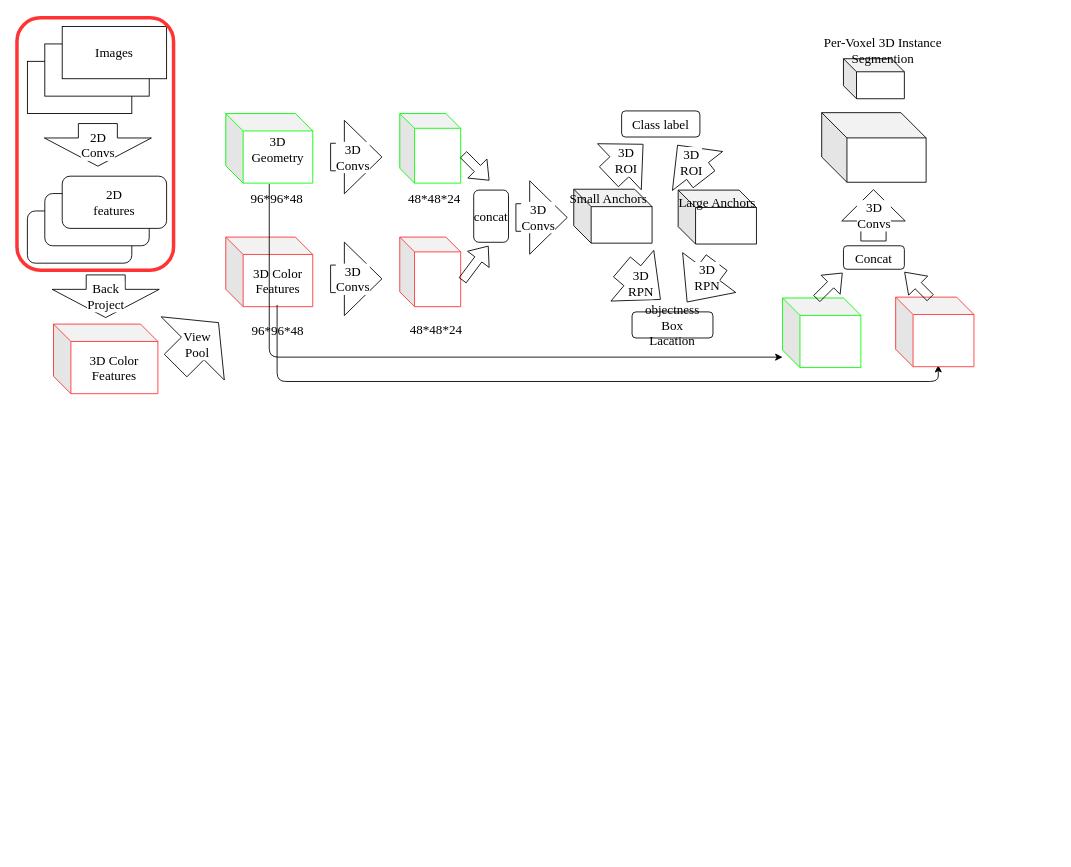
The draw.io diagram sis.drawio in ByronGe/HARProject, before the edit. Source tidied: cells renumbered, new cells numbered last; positions are measured from the earlier drawing's top-left corner, leaving out a move shared by most shapes. Both pictures are drawn from the tidied source at 87%, with x=0, y=0 at pixel (17, 17).
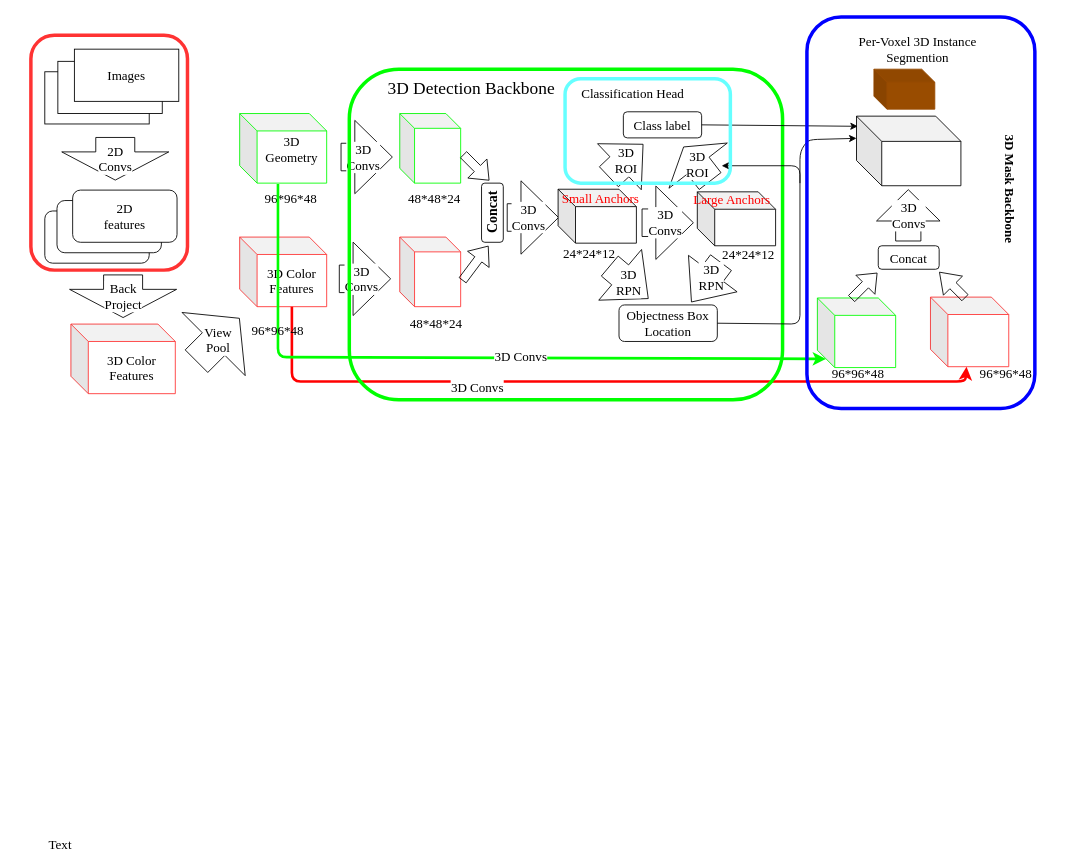
Above is the later version.

Diff of the diagram source:
```diff
@@
     <mxCell id="2" style="rounded=0;whiteSpace=wrap;html=1;fontFamily=Times New Roman;fontSize=15;" parent="1" vertex="1">
-      <mxGeometry x="12" y="50" width="120" height="60" as="geometry" />
+      <mxGeometry x="32" y="62" width="120" height="60" as="geometry" />
     </mxCell>
     <mxCell id="3" style="rounded=0;whiteSpace=wrap;html=1;fontFamily=Times New Roman;fontSize=15;" parent="1" vertex="1">
-      <mxGeometry x="32" y="30" width="120" height="60" as="geometry" />
+      <mxGeometry x="47" y="50" width="120" height="60" as="geometry" />
     </mxCell>
     <mxCell id="4" value="Images" style="rounded=0;whiteSpace=wrap;html=1;fontFamily=Times New Roman;fontSize=15;" parent="1" vertex="1">
-      <mxGeometry x="52" y="10" width="120" height="60" as="geometry" />
+      <mxGeometry x="66" y="36" width="120" height="60" as="geometry" />
     </mxCell>
     <mxCell id="5" value="2D&lt;br style=&quot;font-size: 15px;&quot;&gt;Convs" style="shape=flexArrow;endArrow=classic;html=1;endWidth=77.24137931034483;endSize=10.46896551724138;width=44.827586206896555;fontFamily=Times New Roman;fontSize=15;" parent="1" edge="1">
       <mxGeometry relative="1" as="geometry">
-        <mxPoint x="93" y="121" as="sourcePoint" />
-        <mxPoint x="93" y="171" as="targetPoint" />
+        <mxPoint x="113" y="137" as="sourcePoint" />
+        <mxPoint x="113" y="187" as="targetPoint" />
       </mxGeometry>
     </mxCell>
     <mxCell id="6" style="rounded=1;whiteSpace=wrap;html=1;fontFamily=Times New Roman;fontSize=15;" parent="1" vertex="1">
-      <mxGeometry x="12" y="222" width="120" height="60" as="geometry" />
+      <mxGeometry x="32" y="222" width="120" height="60" as="geometry" />
     </mxCell>
     <mxCell id="7" style="rounded=1;whiteSpace=wrap;html=1;fontFamily=Times New Roman;fontSize=15;" parent="1" vertex="1">
-      <mxGeometry x="32" y="202" width="120" height="60" as="geometry" />
+      <mxGeometry x="46" y="210" width="120" height="60" as="geometry" />
     </mxCell>
     <mxCell id="8" value="2D&lt;br style=&quot;font-size: 15px;&quot;&gt;features" style="rounded=1;whiteSpace=wrap;html=1;fontFamily=Times New Roman;fontSize=15;" parent="1" vertex="1">
-      <mxGeometry x="52" y="182" width="120" height="60" as="geometry" />
+      <mxGeometry x="64" y="198" width="120" height="60" as="geometry" />
     </mxCell>
     <mxCell id="9" value="Back&lt;br style=&quot;font-size: 15px;&quot;&gt;Project" style="shape=flexArrow;endArrow=classic;html=1;endWidth=77.24137931034483;endSize=10.46896551724138;width=44.827586206896555;fontFamily=Times New Roman;fontSize=15;" parent="1" edge="1">
       <mxGeometry relative="1" as="geometry">
-        <mxPoint x="102" y="295" as="sourcePoint" />
-        <mxPoint x="102" y="345" as="targetPoint" />
+        <mxPoint x="122" y="295" as="sourcePoint" />
+        <mxPoint x="122" y="345" as="targetPoint" />
       </mxGeometry>
     </mxCell>
     <mxCell id="10" value="3D Color&lt;br style=&quot;font-size: 15px;&quot;&gt;Features" style="shape=cube;whiteSpace=wrap;html=1;boundedLbl=1;backgroundOutline=1;darkOpacity=0.05;darkOpacity2=0.1;strokeColor=#FF3333;fontFamily=Times New Roman;fontSize=15;" parent="1" vertex="1">
-      <mxGeometry x="42" y="352" width="120" height="80" as="geometry" />
+      <mxGeometry x="62" y="352" width="120" height="80" as="geometry" />
     </mxCell>
     <mxCell id="11" value="View&lt;br style=&quot;font-size: 15px;&quot;&gt;Pool" style="shape=flexArrow;endArrow=classic;html=1;endWidth=65;endSize=13.625000000000002;width=36.66666666666667;fontFamily=Times New Roman;fontSize=15;" parent="1" edge="1">
       <mxGeometry relative="1" as="geometry">
-        <mxPoint x="182" y="400" as="sourcePoint" />
-        <mxPoint x="232" y="350" as="targetPoint" />
+        <mxPoint x="206" y="395" as="sourcePoint" />
+        <mxPoint x="256" y="345" as="targetPoint" />
       </mxGeometry>
     </mxCell>
     <mxCell id="12" value="3D&lt;br style=&quot;font-size: 15px;&quot;&gt;Geometry&lt;br style=&quot;font-size: 15px;&quot;&gt;&amp;nbsp; &amp;nbsp;&amp;nbsp;" style="shape=cube;whiteSpace=wrap;html=1;boundedLbl=1;backgroundOutline=1;darkOpacity=0.05;darkOpacity2=0.1;strokeColor=#00FF00;fontFamily=Times New Roman;fontSize=15;" parent="1" vertex="1">
-      <mxGeometry x="240" y="110" width="100" height="80" as="geometry" />
+      <mxGeometry x="256" y="110" width="100" height="80" as="geometry" />
     </mxCell>
     <mxCell id="13" value="3D Color&lt;br style=&quot;font-size: 15px;&quot;&gt;Features" style="shape=cube;whiteSpace=wrap;html=1;boundedLbl=1;backgroundOutline=1;darkOpacity=0.05;darkOpacity2=0.1;strokeColor=#FF3333;fontFamily=Times New Roman;fontSize=15;" parent="1" vertex="1">
-      <mxGeometry x="240" y="252" width="100" height="80" as="geometry" />
+      <mxGeometry x="256" y="252" width="100" height="80" as="geometry" />
     </mxCell>
     <mxCell id="14" value="96*96*48" style="text;html=1;fontFamily=Times New Roman;fontSize=15;" parent="1" vertex="1">
-      <mxGeometry x="267" y="192" width="70" height="30" as="geometry" />
+      <mxGeometry x="283" y="192" width="70" height="30" as="geometry" />
     </mxCell>
     <mxCell id="15" style="shape=flexArrow;endArrow=classic;html=1;endWidth=51.66666666666667;endSize=14.058333333333335;width=31.666666666666668;fontFamily=Times New Roman;fontSize=15;" parent="1" edge="1">
       <mxGeometry relative="1" as="geometry">
-        <mxPoint x="360" y="160" as="sourcePoint" />
-        <mxPoint x="420" y="160" as="targetPoint" />
+        <mxPoint x="372" y="160" as="sourcePoint" />
+        <mxPoint x="432" y="160" as="targetPoint" />
       </mxGeometry>
     </mxCell>
@@
     <mxCell id="17" style="shape=flexArrow;endArrow=classic;html=1;endWidth=51.66666666666667;endSize=14.058333333333335;width=31.666666666666668;fontFamily=Times New Roman;fontSize=15;" parent="1" edge="1">
       <mxGeometry relative="1" as="geometry">
-        <mxPoint x="360" y="300" as="sourcePoint" />
-        <mxPoint x="420" y="300" as="targetPoint" />
+        <mxPoint x="370" y="300" as="sourcePoint" />
+        <mxPoint x="430" y="300" as="targetPoint" />
       </mxGeometry>
     </mxCell>
@@
-    <mxCell id="21" value="concat" style="rounded=1;whiteSpace=wrap;html=1;fontFamily=Times New Roman;fontSize=15;" parent="1" vertex="1">
-      <mxGeometry x="525" y="198" width="40" height="60" as="geometry" />
+    <mxCell id="21" value="&lt;font style=&quot;font-size: 16px&quot;&gt;&lt;b&gt;Concat&lt;/b&gt;&lt;/font&gt;" style="rounded=1;whiteSpace=wrap;html=1;fontFamily=Times New Roman;fontSize=15;horizontal=0;" parent="1" vertex="1">
+      <mxGeometry x="534" y="190" width="25" height="68" as="geometry" />
     </mxCell>
     <mxCell id="22" style="shape=flexArrow;endArrow=classic;html=1;endWidth=51.66666666666667;endSize=14.058333333333335;width=31.666666666666668;fontFamily=Times New Roman;fontSize=15;" parent="1" edge="1">
       <mxGeometry relative="1" as="geometry">
-        <mxPoint x="573" y="229.5" as="sourcePoint" />
-        <mxPoint x="633" y="229.5" as="targetPoint" />
+        <mxPoint x="563" y="229.5" as="sourcePoint" />
+        <mxPoint x="623" y="229.5" as="targetPoint" />
       </mxGeometry>
     </mxCell>
     <mxCell id="23" value="3D&lt;br style=&quot;font-size: 15px;&quot;&gt;Convs" style="text;html=1;align=center;verticalAlign=middle;labelBackgroundColor=#ffffff;fontFamily=Times New Roman;fontSize=15;" parent="22" vertex="1">
       <mxGeometry x="-0.18" y="13" relative="1" as="geometry">
-        <mxPoint y="12" as="offset" />
+        <mxPoint x="-1" y="12" as="offset" />
       </mxGeometry>
     </mxCell>
     <mxCell id="24" style="shape=cube;whiteSpace=wrap;html=1;boundedLbl=1;backgroundOutline=1;darkOpacity=0.05;darkOpacity2=0.1;fontFamily=Times New Roman;fontSize=15;" parent="1" vertex="1">
-      <mxGeometry x="640" y="197" width="90" height="62" as="geometry" />
+      <mxGeometry x="622" y="197" width="90" height="62" as="geometry" />
     </mxCell>
     <mxCell id="25" style="shape=cube;whiteSpace=wrap;html=1;boundedLbl=1;backgroundOutline=1;darkOpacity=0.05;darkOpacity2=0.1;fontFamily=Times New Roman;fontSize=15;" parent="1" vertex="1">
-      <mxGeometry x="760" y="198" width="90" height="62" as="geometry" />
+      <mxGeometry x="782" y="200" width="90" height="62" as="geometry" />
     </mxCell>
-    <mxCell id="26" value="Small Anchors" style="text;html=1;strokeColor=none;fillColor=none;align=center;verticalAlign=middle;whiteSpace=wrap;rounded=0;fontFamily=Times New Roman;fontSize=15;" parent="1" vertex="1">
-      <mxGeometry x="630" y="197" width="100" height="20" as="geometry" />
+    <mxCell id="26" value="&lt;font color=&quot;#ff0000&quot;&gt;Small Anchors&lt;/font&gt;" style="text;html=1;strokeColor=none;fillColor=none;align=center;verticalAlign=middle;whiteSpace=wrap;rounded=0;fontFamily=Times New Roman;fontSize=15;" parent="1" vertex="1">
+      <mxGeometry x="621" y="197" width="100" height="20" as="geometry" />
     </mxCell>
-    <mxCell id="27" value="Large Anchors" style="text;html=1;strokeColor=none;fillColor=none;align=center;verticalAlign=middle;whiteSpace=wrap;rounded=0;fontFamily=Times New Roman;fontSize=15;" parent="1" vertex="1">
-      <mxGeometry x="755" y="202" width="100" height="20" as="geometry" />
+    <mxCell id="27" value="&lt;font color=&quot;#ff0000&quot;&gt;Large Anchors&lt;/font&gt;" style="text;html=1;strokeColor=none;fillColor=none;align=center;verticalAlign=middle;whiteSpace=wrap;rounded=0;fontFamily=Times New Roman;fontSize=15;" parent="1" vertex="1">
+      <mxGeometry x="772" y="198" width="100" height="20" as="geometry" />
     </mxCell>
@@
     <mxCell id="29" value="Class label" style="rounded=1;whiteSpace=wrap;html=1;fontFamily=Times New Roman;fontSize=15;" parent="1" vertex="1">
-      <mxGeometry x="695" y="107" width="90" height="30" as="geometry" />
+      <mxGeometry x="697" y="108" width="90" height="30" as="geometry" />
     </mxCell>
     <mxCell id="30" value="3D&lt;br style=&quot;font-size: 15px;&quot;&gt;RPN" style="shape=flexArrow;endArrow=classic;html=1;endWidth=45.27777777777778;endSize=13.75;width=30;fontFamily=Times New Roman;fontSize=15;" parent="1" edge="1">
       <mxGeometry relative="1" as="geometry">
-        <mxPoint x="695" y="286" as="sourcePoint" />
-        <mxPoint x="740" y="324" as="targetPoint" />
+        <mxPoint x="681" y="285" as="sourcePoint" />
+        <mxPoint x="726" y="323" as="targetPoint" />
       </mxGeometry>
     </mxCell>
-    <mxCell id="31" style="shape=flexArrow;endArrow=classic;html=1;endWidth=45.27777777777778;endSize=13.75;width=30;fontFamily=Times New Roman;fontSize=15;" parent="1" edge="1">
+    <mxCell id="31" style="shape=flexArrow;endArrow=classic;html=1;endWidth=38.82352941176471;endSize=13.270588235294117;width=30;fontFamily=Times New Roman;fontSize=15;" parent="1" edge="1">
       <mxGeometry relative="1" as="geometry">
-        <mxPoint x="804.5" y="281" as="sourcePoint" />
-        <mxPoint x="770" y="327" as="targetPoint" />
+        <mxPoint x="809.5" y="281" as="sourcePoint" />
+        <mxPoint x="775" y="327" as="targetPoint" />
       </mxGeometry>
     </mxCell>
@@
-    <mxCell id="33" value="objectness Box&lt;br style=&quot;font-size: 15px;&quot;&gt;Lacation" style="rounded=1;whiteSpace=wrap;html=1;fontFamily=Times New Roman;fontSize=15;" parent="1" vertex="1">
-      <mxGeometry x="707" y="338" width="93" height="30" as="geometry" />
+    <mxCell id="33" value="Objectness Box&lt;br style=&quot;font-size: 15px&quot;&gt;Location" style="rounded=1;whiteSpace=wrap;html=1;fontFamily=Times New Roman;fontSize=15;" parent="1" vertex="1">
+      <mxGeometry x="692" y="330" width="113" height="42" as="geometry" />
     </mxCell>
-    <mxCell id="34" style="endArrow=classic;html=1;exitX=0;exitY=0;exitDx=60;exitDy=80;exitPerimeter=0;entryX=0.556;entryY=1;entryDx=0;entryDy=0;entryPerimeter=0;fontFamily=Times New Roman;fontSize=15;" parent="1" edge="1">
+    <mxCell id="34" style="endArrow=classic;html=1;fontFamily=Times New Roman;fontSize=15;strokeColor=#FF0000;strokeWidth=3;exitX=0;exitY=0;exitDx=60;exitDy=80;exitPerimeter=0;" parent="1" edge="1" source="13" target="37">
       <mxGeometry relative="1" as="geometry">
-        <mxPoint x="299" y="330" as="sourcePoint" />
-        <mxPoint x="1059" y="399" as="targetPoint" />
         <Array as="points">
-          <mxPoint x="299" y="418" />
-          <mxPoint x="1059" y="418" />
+          <mxPoint x="316" y="418" />
+          <mxPoint x="1090" y="418" />
         </Array>
       </mxGeometry>
     </mxCell>
+    <mxCell id="52" value="3D Convs" style="text;html=1;align=center;verticalAlign=middle;labelBackgroundColor=#ffffff;fontSize=15;fontFamily=Times New Roman;" parent="34" vertex="1">
+      <mxGeometry x="-0.32" y="-5" relative="1" as="geometry" />
+    </mxCell>
-    <mxCell id="35" style="endArrow=classic;html=1;exitX=0.5;exitY=1.038;exitDx=0;exitDy=0;exitPerimeter=0;fontFamily=Times New Roman;fontSize=15;" parent="1" edge="1">
+    <mxCell id="35" style="endArrow=classic;html=1;fontFamily=Times New Roman;fontSize=15;strokeColor=#00FF00;strokeWidth=3;" parent="1" edge="1">
       <mxGeometry relative="1" as="geometry">
-        <mxPoint x="290" y="191" as="sourcePoint" />
-        <mxPoint x="880" y="390" as="targetPoint" />
+        <mxPoint x="300" y="191" as="sourcePoint" />
+        <mxPoint x="930" y="392" as="targetPoint" />
         <Array as="points">
-          <mxPoint x="290" y="390" />
+          <mxPoint x="300" y="390" />
         </Array>
       </mxGeometry>
     </mxCell>
+    <mxCell id="53" value="3D Convs" style="text;html=1;align=center;verticalAlign=middle;labelBackgroundColor=#ffffff;fontSize=15;fontFamily=Times New Roman;" parent="35" vertex="1">
+      <mxGeometry x="0.15" y="2" relative="1" as="geometry" />
+    </mxCell>
     <mxCell id="36" style="shape=cube;whiteSpace=wrap;html=1;boundedLbl=1;backgroundOutline=1;darkOpacity=0.05;darkOpacity2=0.1;strokeColor=#00FF00;fontFamily=Times New Roman;fontSize=15;" parent="1" vertex="1">
-      <mxGeometry x="880" y="322" width="90" height="80" as="geometry" />
+      <mxGeometry x="920" y="322" width="90" height="80" as="geometry" />
     </mxCell>
     <mxCell id="37" style="shape=cube;whiteSpace=wrap;html=1;boundedLbl=1;backgroundOutline=1;darkOpacity=0.05;darkOpacity2=0.1;strokeColor=#FF3333;fontFamily=Times New Roman;fontSize=15;" parent="1" vertex="1">
-      <mxGeometry x="1010" y="321" width="90" height="80" as="geometry" />
+      <mxGeometry x="1050" y="321" width="90" height="80" as="geometry" />
     </mxCell>
     <mxCell id="38" style="shape=flexArrow;endArrow=classic;html=1;fontFamily=Times New Roman;fontSize=15;" parent="1" edge="1">
       <mxGeometry relative="1" as="geometry">
-        <mxPoint x="919" y="323" as="sourcePoint" />
-        <mxPoint x="949" y="293" as="targetPoint" />
+        <mxPoint x="959" y="323" as="sourcePoint" />
+        <mxPoint x="989" y="293" as="targetPoint" />
       </mxGeometry>
     </mxCell>
     <mxCell id="39" style="shape=flexArrow;endArrow=classic;html=1;width=10;endSize=6.97;fontFamily=Times New Roman;fontSize=15;" parent="1" edge="1">
       <mxGeometry relative="1" as="geometry">
-        <mxPoint x="1050" y="322" as="sourcePoint" />
-        <mxPoint x="1020" y="292" as="targetPoint" />
+        <mxPoint x="1090" y="322" as="sourcePoint" />
+        <mxPoint x="1060" y="292" as="targetPoint" />
       </mxGeometry>
     </mxCell>
     <mxCell id="40" value="Concat" style="rounded=1;whiteSpace=wrap;html=1;fontFamily=Times New Roman;fontSize=15;" parent="1" vertex="1">
-      <mxGeometry x="950" y="262" width="70" height="27" as="geometry" />
+      <mxGeometry x="990" y="262" width="70" height="27" as="geometry" />
     </mxCell>
     <mxCell id="41" value="3D&lt;br style=&quot;font-size: 15px;&quot;&gt;Convs" style="shape=flexArrow;endArrow=classic;html=1;endWidth=43;endSize=11.67;width=29;fontFamily=Times New Roman;fontSize=15;" parent="1" edge="1">
       <mxGeometry relative="1" as="geometry">
-        <mxPoint x="984.5" y="257" as="sourcePoint" />
-        <mxPoint x="984.5" y="197" as="targetPoint" />
+        <mxPoint x="1024.5" y="257" as="sourcePoint" />
+        <mxPoint x="1024.5" y="197" as="targetPoint" />
       </mxGeometry>
     </mxCell>
     <mxCell id="42" style="shape=cube;whiteSpace=wrap;html=1;boundedLbl=1;backgroundOutline=1;darkOpacity=0.05;darkOpacity2=0.1;size=29;fontFamily=Times New Roman;fontSize=15;" parent="1" vertex="1">
-      <mxGeometry x="925" y="109" width="120" height="80" as="geometry" />
+      <mxGeometry x="965" y="113" width="120" height="80" as="geometry" />
     </mxCell>
-    <mxCell id="43" style="shape=cube;whiteSpace=wrap;html=1;boundedLbl=1;backgroundOutline=1;darkOpacity=0.05;darkOpacity2=0.1;size=15;fontFamily=Times New Roman;fontSize=15;" parent="1" vertex="1">
-      <mxGeometry x="950" y="47" width="70" height="46" as="geometry" />
+    <mxCell id="43" style="shape=cube;whiteSpace=wrap;html=1;boundedLbl=1;backgroundOutline=1;darkOpacity=0.05;darkOpacity2=0.1;size=15;fontFamily=Times New Roman;fontSize=15;strokeColor=#994C00;fillColor=#994C00;" parent="1" vertex="1">
+      <mxGeometry x="985" y="59" width="70" height="46" as="geometry" />
     </mxCell>
     <mxCell id="44" value="Per-Voxel 3D Instance Segmention" style="text;html=1;strokeColor=none;fillColor=none;align=center;verticalAlign=middle;whiteSpace=wrap;rounded=0;fontFamily=Times New Roman;fontSize=15;" parent="1" vertex="1">
-      <mxGeometry x="890" y="27" width="211" height="20" as="geometry" />
+      <mxGeometry x="930" y="26" width="211" height="20" as="geometry" />
     </mxCell>
     <mxCell id="45" style="rounded=1;whiteSpace=wrap;html=1;fillColor=none;strokeColor=#FF3333;strokeWidth=4;fontFamily=Times New Roman;fontSize=15;" parent="1" vertex="1">
-      <mxGeometry width="180" height="290" as="geometry" />
+      <mxGeometry x="16" y="20" width="180" height="270" as="geometry" />
     </mxCell>
@@
     <mxCell id="47" value="48*48*24" style="text;html=1;fontFamily=Times New Roman;fontSize=15;" parent="1" vertex="1">
-      <mxGeometry x="450" y="343" width="70" height="30" as="geometry" />
+      <mxGeometry x="450" y="336" width="70" height="30" as="geometry" />
     </mxCell>
@@
-    <mxCell id="51" value="3D&lt;br style=&quot;font-size: 15px;&quot;&gt;ROI" style="shape=flexArrow;endArrow=classic;html=1;endWidth=40.33333333333333;endSize=12.16;width=31.666666666666668;entryX=0.578;entryY=1.033;entryDx=0;entryDy=0;entryPerimeter=0;fontFamily=Times New Roman;fontSize=15;" parent="1" edge="1">
+    <mxCell id="51" value="3D&lt;br style=&quot;font-size: 15px;&quot;&gt;ROI" style="shape=flexArrow;endArrow=classic;html=1;endWidth=52.15686274509803;endSize=8.729411764705883;width=31.666666666666668;entryX=0.578;entryY=1.033;entryDx=0;entryDy=0;entryPerimeter=0;fontFamily=Times New Roman;fontSize=15;" parent="1" edge="1">
       <mxGeometry relative="1" as="geometry">
-        <mxPoint x="790" y="186" as="sourcePoint" />
-        <mxPoint x="759" y="146" as="targetPoint" />
+        <mxPoint x="797" y="188" as="sourcePoint" />
+        <mxPoint x="766" y="148" as="targetPoint" />
       </mxGeometry>
     </mxCell>
+    <mxCell id="54" style="rounded=1;whiteSpace=wrap;html=1;strokeColor=#00FF00;strokeWidth=4;fillColor=none;fontFamily=Times New Roman;fontSize=15;shadow=0;" parent="1" vertex="1">
+      <mxGeometry x="382" y="59" width="498" height="380" as="geometry" />
+    </mxCell>
+    <mxCell id="55" value="&lt;font style=&quot;font-size: 20px&quot;&gt;3D Detection Backbone&lt;/font&gt;" style="text;html=1;strokeColor=none;fillColor=none;align=center;verticalAlign=middle;whiteSpace=wrap;rounded=0;fontFamily=Times New Roman;fontSize=15;" parent="1" vertex="1">
+      <mxGeometry x="389" y="70" width="267" height="20" as="geometry" />
+    </mxCell>
+    <mxCell id="56" value="24*24*12" style="text;html=1;strokeColor=none;fillColor=none;align=center;verticalAlign=middle;whiteSpace=wrap;rounded=0;fontFamily=Times New Roman;fontSize=15;" parent="1" vertex="1">
+      <mxGeometry x="638" y="261" width="40" height="20" as="geometry" />
+    </mxCell>
+    <mxCell id="57" value="24*24*12" style="text;html=1;strokeColor=none;fillColor=none;align=center;verticalAlign=middle;whiteSpace=wrap;rounded=0;fontFamily=Times New Roman;fontSize=15;" parent="1" vertex="1">
+      <mxGeometry x="821" y="262" width="40" height="20" as="geometry" />
+    </mxCell>
+    <mxCell id="58" value="96*96*48" style="text;html=1;fontSize=15;fontFamily=Times New Roman;" parent="1" vertex="1">
+      <mxGeometry x="935" y="394" width="90" height="30" as="geometry" />
+    </mxCell>
+    <mxCell id="59" value="96*96*48" style="text;html=1;fontSize=15;fontFamily=Times New Roman;" parent="1" vertex="1">
+      <mxGeometry x="1105" y="394" width="90" height="30" as="geometry" />
+    </mxCell>
+    <mxCell id="60" style="endArrow=classic;html=1;fontFamily=Times New Roman;fontSize=15;exitX=1;exitY=0.5;exitDx=0;exitDy=0;" parent="1" edge="1" source="33">
+      <mxGeometry relative="1" as="geometry">
+        <mxPoint x="810" y="170" as="targetPoint" />
+        <Array as="points">
+          <mxPoint x="900" y="352" />
+          <mxPoint x="900" y="170" />
+        </Array>
+      </mxGeometry>
+    </mxCell>
+    <mxCell id="61" style="endArrow=classic;html=1;fontFamily=Times New Roman;fontSize=15;exitX=1;exitY=0.5;exitDx=0;exitDy=0;entryX=0.012;entryY=0.146;entryDx=0;entryDy=0;entryPerimeter=0;" parent="1" edge="1" source="29" target="42">
+      <mxGeometry relative="1" as="geometry" />
+    </mxCell>
+    <mxCell id="62" style="endArrow=classic;html=1;fontFamily=Times New Roman;fontSize=15;entryX=0;entryY=0;entryDx=0;entryDy=25.5;entryPerimeter=0;" parent="1" edge="1" target="42">
+      <mxGeometry relative="1" as="geometry">
+        <mxPoint x="900" y="190" as="sourcePoint" />
+        <Array as="points">
+          <mxPoint x="900" y="153" />
+          <mxPoint x="910" y="140" />
+        </Array>
+      </mxGeometry>
+    </mxCell>
+    <mxCell id="63" style="rounded=1;whiteSpace=wrap;html=1;strokeColor=#0000FF;strokeWidth=4;fillColor=none;fontFamily=Times New Roman;fontSize=15;" parent="1" vertex="1">
+      <mxGeometry x="908" y="-1" width="262" height="450" as="geometry" />
+    </mxCell>
+    <mxCell id="64" value="Text" style="text;html=1;strokeColor=none;fillColor=none;align=center;verticalAlign=middle;whiteSpace=wrap;rounded=0;shadow=0;fontFamily=Times New Roman;fontSize=15;" parent="1" vertex="1">
+      <mxGeometry x="30" y="940" width="40" height="20" as="geometry" />
+    </mxCell>
+    <mxCell id="65" style="shape=flexArrow;endArrow=classic;html=1;endWidth=51.66666666666667;endSize=14.058333333333335;width=31.666666666666668;fontFamily=Times New Roman;fontSize=15;" parent="1" edge="1">
+      <mxGeometry relative="1" as="geometry">
+        <mxPoint x="718" y="235.5" as="sourcePoint" />
+        <mxPoint x="778" y="235.5" as="targetPoint" />
+      </mxGeometry>
+    </mxCell>
+    <mxCell id="66" value="3D&lt;br style=&quot;font-size: 15px;&quot;&gt;Convs" style="text;html=1;align=center;verticalAlign=middle;labelBackgroundColor=#ffffff;fontFamily=Times New Roman;fontSize=15;" parent="65" vertex="1">
+      <mxGeometry x="-0.18" y="13" relative="1" as="geometry">
+        <mxPoint x="1" y="12" as="offset" />
+      </mxGeometry>
+    </mxCell>
+    <mxCell id="67" value="&lt;b&gt;3D Mask Backbone&lt;/b&gt;" style="text;html=1;strokeColor=none;fillColor=none;align=center;verticalAlign=middle;whiteSpace=wrap;rounded=0;shadow=0;labelBackgroundColor=none;fontFamily=Times New Roman;fontSize=15;fontColor=#000000;horizontal=0;rotation=-180;" parent="1" vertex="1">
+      <mxGeometry x="1117.5" y="77" width="49" height="240" as="geometry" />
+    </mxCell>
+    <mxCell id="68" style="rounded=1;whiteSpace=wrap;html=1;shadow=0;labelBackgroundColor=none;strokeColor=#66FFFF;strokeWidth=4;fillColor=none;fontFamily=Times New Roman;fontSize=15;fontColor=#000000;" parent="1" vertex="1">
+      <mxGeometry x="630" y="70" width="190" height="120" as="geometry" />
+    </mxCell>
+    <mxCell id="69" value="Classification Head" style="text;html=1;strokeColor=none;fillColor=none;align=center;verticalAlign=middle;whiteSpace=wrap;rounded=0;shadow=0;labelBackgroundColor=none;fontFamily=Times New Roman;fontSize=15;fontColor=#000000;" parent="1" vertex="1">
+      <mxGeometry x="638" y="77" width="140" height="20" as="geometry" />
+    </mxCell>
```
